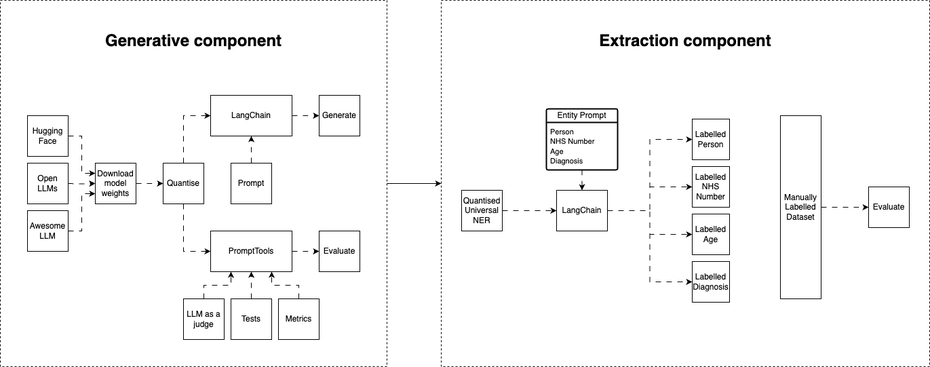
The draw.io diagram docs/assets/images/privfp_diagram.png in nhsengland/privfp-experiments, before a commit. Source tidied: cells renumbered, new cells last; positions are measured from the earlier drawing's top-left corner, leaving out a move shared by most shapes.
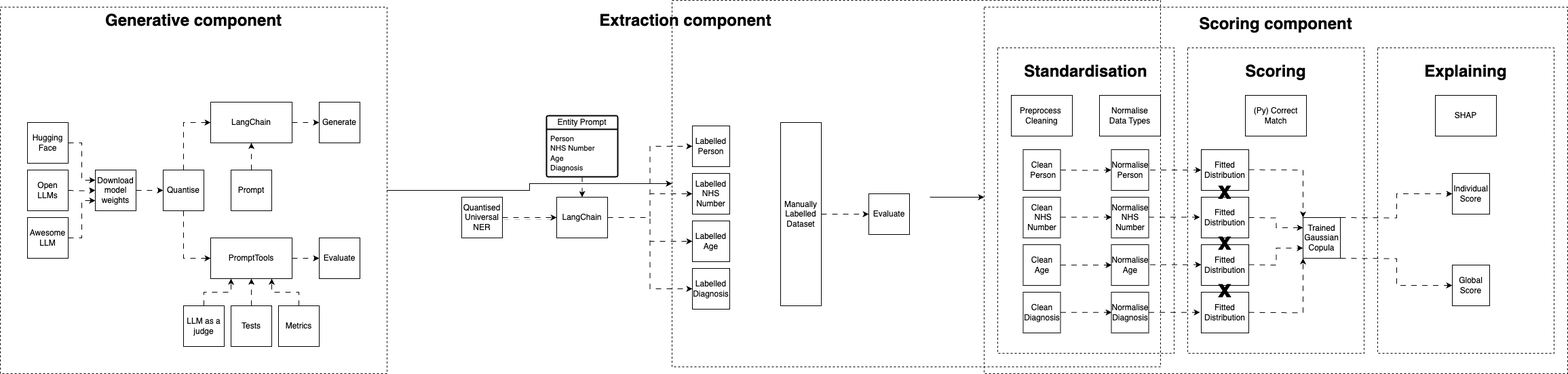
The same file after the commit.

Diff of the diagram source:
```diff
@@ -15,7 +15,7 @@
       <mxGeometry x="310" y="140" width="120" height="60" as="geometry" />
     </mxCell>
     <mxCell id="6" value="&lt;h1&gt;&lt;br&gt;&lt;/h1&gt;" style="whiteSpace=wrap;html=1;rounded=0;fillColor=none;dashed=1;" parent="1" vertex="1">
-      <mxGeometry x="650" width="720" height="540" as="geometry" />
+      <mxGeometry x="990" y="-10" width="720" height="540" as="geometry" />
     </mxCell>
     <mxCell id="7" value="Generate" style="rounded=0;whiteSpace=wrap;html=1;fillColor=none;" parent="1" vertex="1">
       <mxGeometry x="470" y="140" width="60" height="60" as="geometry" />
@@ -51,7 +51,7 @@
       <mxGeometry x="270" y="440" width="60" height="60" as="geometry" />
     </mxCell>
     <mxCell id="18" value="&lt;h1&gt;Generative component&lt;/h1&gt;" style="text;html=1;strokeColor=none;fillColor=none;align=center;verticalAlign=middle;whiteSpace=wrap;rounded=0;" parent="1" vertex="1">
-      <mxGeometry width="570" height="120" as="geometry" />
+      <mxGeometry width="570" height="40" as="geometry" />
     </mxCell>
     <mxCell id="19" style="edgeStyle=orthogonalEdgeStyle;rounded=0;jettySize=auto;html=1;exitX=1;exitY=0.5;exitDx=0;exitDy=0;exitPerimeter=0;entryX=0;entryY=0.5;entryDx=0;entryDy=0;flowAnimation=1;" parent="1" edge="1" target="15">
       <mxGeometry relative="1" as="geometry">
@@ -92,12 +92,12 @@
       <mxGeometry x="40" y="310" width="60" height="60" as="geometry" />
     </mxCell>
     <mxCell id="31" value="&lt;h1&gt;Extraction component&lt;/h1&gt;" style="text;html=1;strokeColor=none;fillColor=none;align=center;verticalAlign=middle;whiteSpace=wrap;rounded=0;" parent="1" vertex="1">
-      <mxGeometry x="650" width="720" height="120" as="geometry" />
+      <mxGeometry x="650" width="720" height="40" as="geometry" />
     </mxCell>
     <mxCell id="32" value="Quantised Universal&lt;br&gt;NER" style="rounded=0;whiteSpace=wrap;html=1;fillColor=none;" parent="1" vertex="1">
       <mxGeometry x="680" y="280" width="60" height="60" as="geometry" />
     </mxCell>
-    <mxCell id="33" style="edgeStyle=orthogonalEdgeStyle;rounded=0;jettySize=auto;html=1;flowAnimation=1;exitX=1;exitY=0.5;exitDx=0;exitDy=0;entryX=0;entryY=0.5;entryDx=0;entryDy=0;" parent="1" edge="1" source="32" target="34">
+    <mxCell id="33" style="edgeStyle=orthogonalEdgeStyle;rounded=0;jettySize=auto;html=1;flowAnimation=1;exitX=1;exitY=0.5;exitDx=0;exitDy=0;entryX=0;entryY=0.5;entryDx=0;entryDy=0;shadow=1;" parent="1" edge="1" source="32" target="34">
       <mxGeometry relative="1" as="geometry" />
     </mxCell>
     <mxCell id="34" value="LangChain" style="rounded=0;whiteSpace=wrap;html=1;fillColor=none;" parent="1" vertex="1">
@@ -145,5 +145,178 @@
     <mxCell id="48" value="Evaluate" style="rounded=0;whiteSpace=wrap;html=1;fillColor=none;" parent="1" vertex="1">
       <mxGeometry x="1280" y="275" width="60" height="60" as="geometry" />
     </mxCell>
+    <mxCell id="49" style="edgeStyle=orthogonalEdgeStyle;rounded=0;orthogonalLoop=1;jettySize=auto;html=1;" parent="1" edge="1">
+      <mxGeometry relative="1" as="geometry">
+        <mxPoint x="1370" y="280" as="sourcePoint" />
+        <mxPoint x="1450" y="280" as="targetPoint" />
+      </mxGeometry>
+    </mxCell>
+    <mxCell id="50" value="&lt;h1&gt;&lt;br&gt;&lt;/h1&gt;" style="whiteSpace=wrap;html=1;rounded=0;fillColor=none;dashed=1;" parent="1" vertex="1">
+      <mxGeometry x="1450" width="860" height="540" as="geometry" />
+    </mxCell>
+    <mxCell id="51" value="&lt;h1&gt;Scoring component&lt;/h1&gt;" style="text;html=1;strokeColor=none;fillColor=none;align=center;verticalAlign=middle;whiteSpace=wrap;rounded=0;" parent="1" vertex="1">
+      <mxGeometry x="1450" width="860" height="50" as="geometry" />
+    </mxCell>
+    <mxCell id="52" value="&lt;h1&gt;&lt;br&gt;&lt;/h1&gt;" style="whiteSpace=wrap;html=1;rounded=0;fillColor=none;dashed=1;" parent="1" vertex="1">
+      <mxGeometry x="1470" y="60" width="260" height="450" as="geometry" />
+    </mxCell>
+    <mxCell id="53" value="&lt;h1&gt;Standardisation&lt;/h1&gt;" style="text;html=1;strokeColor=none;fillColor=none;align=center;verticalAlign=middle;whiteSpace=wrap;rounded=0;" parent="1" vertex="1">
+      <mxGeometry x="1470" y="60" width="260" height="70" as="geometry" />
+    </mxCell>
+    <mxCell id="54" value="&lt;h1&gt;&lt;br&gt;&lt;/h1&gt;" style="whiteSpace=wrap;html=1;rounded=0;fillColor=none;dashed=1;" parent="1" vertex="1">
+      <mxGeometry x="1750" y="60" width="260" height="450" as="geometry" />
+    </mxCell>
+    <mxCell id="55" value="&lt;h1&gt;Scoring&lt;/h1&gt;" style="text;html=1;strokeColor=none;fillColor=none;align=center;verticalAlign=middle;whiteSpace=wrap;rounded=0;" parent="1" vertex="1">
+      <mxGeometry x="1750" y="60" width="260" height="70" as="geometry" />
+    </mxCell>
+    <mxCell id="56" value="&lt;h1&gt;&lt;br&gt;&lt;/h1&gt;" style="whiteSpace=wrap;html=1;rounded=0;fillColor=none;dashed=1;" parent="1" vertex="1">
+      <mxGeometry x="2030" y="60" width="260" height="450" as="geometry" />
+    </mxCell>
+    <mxCell id="57" value="&lt;h1&gt;Explaining&lt;/h1&gt;" style="text;html=1;strokeColor=none;fillColor=none;align=center;verticalAlign=middle;whiteSpace=wrap;rounded=0;" parent="1" vertex="1">
+      <mxGeometry x="2030" y="60" width="260" height="70" as="geometry" />
+    </mxCell>
+    <mxCell id="58" value="Preprocess&amp;nbsp;&lt;br&gt;Cleaning" style="rounded=0;whiteSpace=wrap;html=1;fillColor=none;" parent="1" vertex="1">
+      <mxGeometry x="1490" y="130" width="90" height="60" as="geometry" />
+    </mxCell>
+    <mxCell id="59" value="Normalise&lt;br&gt;Data Types" style="rounded=0;whiteSpace=wrap;html=1;fillColor=none;" parent="1" vertex="1">
+      <mxGeometry x="1620" y="130" width="90" height="60" as="geometry" />
+    </mxCell>
+    <mxCell id="60" value="Clean&lt;br&gt;&amp;nbsp;Person" style="rounded=0;whiteSpace=wrap;html=1;fillColor=none;" parent="1" vertex="1">
+      <mxGeometry x="1507.5" y="210" width="55" height="60" as="geometry" />
+    </mxCell>
+    <mxCell id="61" value="Clean&lt;br&gt;&amp;nbsp;NHS Number" style="rounded=0;whiteSpace=wrap;html=1;fillColor=none;" parent="1" vertex="1">
+      <mxGeometry x="1507.5" y="280" width="55" height="60" as="geometry" />
+    </mxCell>
+    <mxCell id="62" value="Clean&lt;br&gt;Age" style="rounded=0;whiteSpace=wrap;html=1;fillColor=none;" parent="1" vertex="1">
+      <mxGeometry x="1507.5" y="350" width="55" height="60" as="geometry" />
+    </mxCell>
+    <mxCell id="63" value="Clean&lt;br&gt;Diagnosis" style="rounded=0;whiteSpace=wrap;html=1;fillColor=none;" parent="1" vertex="1">
+      <mxGeometry x="1507.5" y="420" width="55" height="60" as="geometry" />
+    </mxCell>
+    <mxCell id="64" value="Normalise Person" style="rounded=0;whiteSpace=wrap;html=1;fillColor=none;" parent="1" vertex="1">
+      <mxGeometry x="1637.5" y="210" width="55" height="60" as="geometry" />
+    </mxCell>
+    <mxCell id="65" value="Normalise NHS Number" style="rounded=0;whiteSpace=wrap;html=1;fillColor=none;" parent="1" vertex="1">
+      <mxGeometry x="1637.5" y="280" width="55" height="60" as="geometry" />
+    </mxCell>
+    <mxCell id="66" value="Normalise Age" style="rounded=0;whiteSpace=wrap;html=1;fillColor=none;" parent="1" vertex="1">
+      <mxGeometry x="1637.5" y="350" width="55" height="60" as="geometry" />
+    </mxCell>
+    <mxCell id="67" value="Normalise Diagnosis" style="rounded=0;whiteSpace=wrap;html=1;fillColor=none;" parent="1" vertex="1">
+      <mxGeometry x="1637.5" y="420" width="55" height="60" as="geometry" />
+    </mxCell>
+    <mxCell id="68" value="(Py) Correct Match" style="rounded=0;whiteSpace=wrap;html=1;fillColor=none;" parent="1" vertex="1">
+      <mxGeometry x="1835" y="130" width="90" height="60" as="geometry" />
+    </mxCell>
+    <mxCell id="69" value="Trained&lt;br&gt;Gaussian Copula" style="rounded=0;whiteSpace=wrap;html=1;fillColor=none;" parent="1" vertex="1">
+      <mxGeometry x="1920" y="310" width="55" height="60" as="geometry" />
+    </mxCell>
+    <mxCell id="70" value="Individual&lt;br&gt;Score" style="rounded=0;whiteSpace=wrap;html=1;fillColor=none;" parent="1" vertex="1">
+      <mxGeometry x="2140" y="245" width="55" height="60" as="geometry" />
+    </mxCell>
+    <mxCell id="71" value="Fitted Distribution" style="rounded=0;whiteSpace=wrap;html=1;fillColor=none;" parent="1" vertex="1">
+      <mxGeometry x="1770" y="210" width="70" height="60" as="geometry" />
+    </mxCell>
+    <mxCell id="72" value="Fitted Distribution" style="rounded=0;whiteSpace=wrap;html=1;fillColor=none;" parent="1" vertex="1">
+      <mxGeometry x="1770" y="280" width="70" height="60" as="geometry" />
+    </mxCell>
+    <mxCell id="73" value="Fitted Distribution" style="rounded=0;whiteSpace=wrap;html=1;fillColor=none;" parent="1" vertex="1">
+      <mxGeometry x="1770" y="350" width="70" height="60" as="geometry" />
+    </mxCell>
+    <mxCell id="74" value="Fitted Distribution" style="rounded=0;whiteSpace=wrap;html=1;fillColor=none;" parent="1" vertex="1">
+      <mxGeometry x="1770" y="420" width="70" height="60" as="geometry" />
+    </mxCell>
+    <mxCell id="75" value="&lt;h1&gt;&lt;font style=&quot;font-size: 36px;&quot;&gt;x&lt;/font&gt;&lt;/h1&gt;" style="text;html=1;strokeColor=none;fillColor=none;align=center;verticalAlign=middle;whiteSpace=wrap;rounded=0;" parent="1" vertex="1">
+      <mxGeometry x="1785" y="255" width="40" height="30" as="geometry" />
+    </mxCell>
+    <mxCell id="76" value="&lt;h1&gt;&lt;font style=&quot;font-size: 36px;&quot;&gt;x&lt;/font&gt;&lt;/h1&gt;" style="text;html=1;strokeColor=none;fillColor=none;align=center;verticalAlign=middle;whiteSpace=wrap;rounded=0;" parent="1" vertex="1">
+      <mxGeometry x="1785" y="330" width="40" height="30" as="geometry" />
+    </mxCell>
+    <mxCell id="77" value="&lt;h1&gt;&lt;font style=&quot;font-size: 36px;&quot;&gt;x&lt;/font&gt;&lt;/h1&gt;" style="text;html=1;strokeColor=none;fillColor=none;align=center;verticalAlign=middle;whiteSpace=wrap;rounded=0;" parent="1" vertex="1">
+      <mxGeometry x="1785" y="400" width="40" height="30" as="geometry" />
+    </mxCell>
+    <mxCell id="78" value="SHAP" style="rounded=0;whiteSpace=wrap;html=1;fillColor=none;" parent="1" vertex="1">
+      <mxGeometry x="2115" y="130" width="90" height="60" as="geometry" />
+    </mxCell>
+    <mxCell id="79" value="Global&lt;br&gt;Score" style="rounded=0;whiteSpace=wrap;html=1;fillColor=none;" parent="1" vertex="1">
+      <mxGeometry x="2140" y="380" width="55" height="60" as="geometry" />
+    </mxCell>
+    <mxCell id="80" style="edgeStyle=orthogonalEdgeStyle;rounded=0;jettySize=auto;html=1;flowAnimation=1;exitX=1;exitY=0.5;exitDx=0;exitDy=0;entryX=0;entryY=0.5;entryDx=0;entryDy=0;" parent="1" edge="1" target="64">
+      <mxGeometry relative="1" as="geometry">
+        <mxPoint x="1562.5" y="240" as="sourcePoint" />
+      </mxGeometry>
+    </mxCell>
+    <mxCell id="81" style="edgeStyle=orthogonalEdgeStyle;rounded=0;orthogonalLoop=1;jettySize=auto;html=1;flowAnimation=1;exitX=1;exitY=0.5;exitDx=0;exitDy=0;entryX=0;entryY=0.5;entryDx=0;entryDy=0;" parent="1" edge="1">
+      <mxGeometry relative="1" as="geometry">
+        <mxPoint x="1562.5" y="309.5" as="sourcePoint" />
+        <mxPoint x="1638" y="309.5" as="targetPoint" />
+      </mxGeometry>
+    </mxCell>
+    <mxCell id="82" style="edgeStyle=orthogonalEdgeStyle;rounded=0;orthogonalLoop=1;jettySize=auto;html=1;flowAnimation=1;exitX=1;exitY=0.5;exitDx=0;exitDy=0;entryX=0;entryY=0.5;entryDx=0;entryDy=0;" parent="1" edge="1">
+      <mxGeometry relative="1" as="geometry">
+        <mxPoint x="1562.5" y="380" as="sourcePoint" />
+        <mxPoint x="1638" y="380" as="targetPoint" />
+      </mxGeometry>
+    </mxCell>
+    <mxCell id="83" style="edgeStyle=orthogonalEdgeStyle;rounded=0;orthogonalLoop=1;jettySize=auto;html=1;flowAnimation=1;exitX=1;exitY=0.5;exitDx=0;exitDy=0;entryX=0;entryY=0.5;entryDx=0;entryDy=0;" parent="1" edge="1">
+      <mxGeometry relative="1" as="geometry">
+        <mxPoint x="1562.5" y="449.8" as="sourcePoint" />
+        <mxPoint x="1638" y="449.8" as="targetPoint" />
+      </mxGeometry>
+    </mxCell>
+    <mxCell id="84" style="edgeStyle=orthogonalEdgeStyle;rounded=0;orthogonalLoop=1;jettySize=auto;html=1;flowAnimation=1;exitX=1;exitY=0.5;exitDx=0;exitDy=0;entryX=0;entryY=0.5;entryDx=0;entryDy=0;" parent="1" edge="1">
+      <mxGeometry relative="1" as="geometry">
+        <mxPoint x="1694.5" y="240" as="sourcePoint" />
+        <mxPoint x="1770" y="240" as="targetPoint" />
+      </mxGeometry>
+    </mxCell>
+    <mxCell id="85" style="edgeStyle=orthogonalEdgeStyle;rounded=0;orthogonalLoop=1;jettySize=auto;html=1;flowAnimation=1;exitX=1;exitY=0.5;exitDx=0;exitDy=0;entryX=0;entryY=0.5;entryDx=0;entryDy=0;" parent="1" edge="1">
+      <mxGeometry relative="1" as="geometry">
+        <mxPoint x="1692.5" y="309.5" as="sourcePoint" />
+        <mxPoint x="1768" y="309.5" as="targetPoint" />
+      </mxGeometry>
+    </mxCell>
+    <mxCell id="86" style="edgeStyle=orthogonalEdgeStyle;rounded=0;orthogonalLoop=1;jettySize=auto;html=1;flowAnimation=1;exitX=1;exitY=0.5;exitDx=0;exitDy=0;entryX=0;entryY=0.5;entryDx=0;entryDy=0;" parent="1" edge="1">
+      <mxGeometry relative="1" as="geometry">
+        <mxPoint x="1694.5" y="379.5" as="sourcePoint" />
+        <mxPoint x="1770" y="379.5" as="targetPoint" />
+      </mxGeometry>
+    </mxCell>
+    <mxCell id="87" style="edgeStyle=orthogonalEdgeStyle;rounded=0;orthogonalLoop=1;jettySize=auto;html=1;flowAnimation=1;exitX=1;exitY=0.5;exitDx=0;exitDy=0;entryX=0;entryY=0.5;entryDx=0;entryDy=0;" parent="1" edge="1">
+      <mxGeometry relative="1" as="geometry">
+        <mxPoint x="1692.5" y="449.8" as="sourcePoint" />
+        <mxPoint x="1768" y="449.8" as="targetPoint" />
+      </mxGeometry>
+    </mxCell>
+    <mxCell id="88" style="edgeStyle=orthogonalEdgeStyle;rounded=0;jettySize=auto;html=1;flowAnimation=1;exitX=1;exitY=0.5;exitDx=0;exitDy=0;entryX=0;entryY=0;entryDx=0;entryDy=0;" parent="1" edge="1" target="69">
+      <mxGeometry relative="1" as="geometry">
+        <mxPoint x="1840" y="239.5" as="sourcePoint" />
+      </mxGeometry>
+    </mxCell>
+    <mxCell id="89" style="edgeStyle=orthogonalEdgeStyle;rounded=0;jettySize=auto;html=1;flowAnimation=1;exitX=1;exitY=0.5;exitDx=0;exitDy=0;entryX=0;entryY=0.25;entryDx=0;entryDy=0;" parent="1" edge="1" target="69">
+      <mxGeometry relative="1" as="geometry">
+        <mxPoint x="1840" y="310" as="sourcePoint" />
+      </mxGeometry>
+    </mxCell>
+    <mxCell id="90" style="edgeStyle=orthogonalEdgeStyle;rounded=0;jettySize=auto;html=1;flowAnimation=1;exitX=1;exitY=0.5;exitDx=0;exitDy=0;entryX=0;entryY=0.75;entryDx=0;entryDy=0;" parent="1" edge="1" target="69">
+      <mxGeometry relative="1" as="geometry">
+        <mxPoint x="1840" y="379.5" as="sourcePoint" />
+      </mxGeometry>
+    </mxCell>
+    <mxCell id="91" style="edgeStyle=orthogonalEdgeStyle;rounded=0;jettySize=auto;html=1;flowAnimation=1;exitX=1;exitY=0.5;exitDx=0;exitDy=0;entryX=0;entryY=1;entryDx=0;entryDy=0;" parent="1" edge="1" target="69">
+      <mxGeometry relative="1" as="geometry">
+        <mxPoint x="1840" y="449.8" as="sourcePoint" />
+      </mxGeometry>
+    </mxCell>
+    <mxCell id="92" style="edgeStyle=orthogonalEdgeStyle;rounded=0;jettySize=auto;html=1;flowAnimation=1;exitX=1;exitY=0.5;exitDx=0;exitDy=0;entryX=0;entryY=0.5;entryDx=0;entryDy=0;" parent="1" edge="1" target="70">
+      <mxGeometry relative="1" as="geometry">
+        <mxPoint x="1975" y="310" as="sourcePoint" />
+      </mxGeometry>
+    </mxCell>
+    <mxCell id="93" style="edgeStyle=orthogonalEdgeStyle;rounded=0;jettySize=auto;html=1;flowAnimation=1;exitX=1;exitY=0.5;exitDx=0;exitDy=0;entryX=0;entryY=0.5;entryDx=0;entryDy=0;" parent="1" edge="1" target="79">
+      <mxGeometry relative="1" as="geometry">
+        <mxPoint x="1975" y="370" as="sourcePoint" />
+      </mxGeometry>
+    </mxCell>
   </root>
 </mxGraphModel>
```
